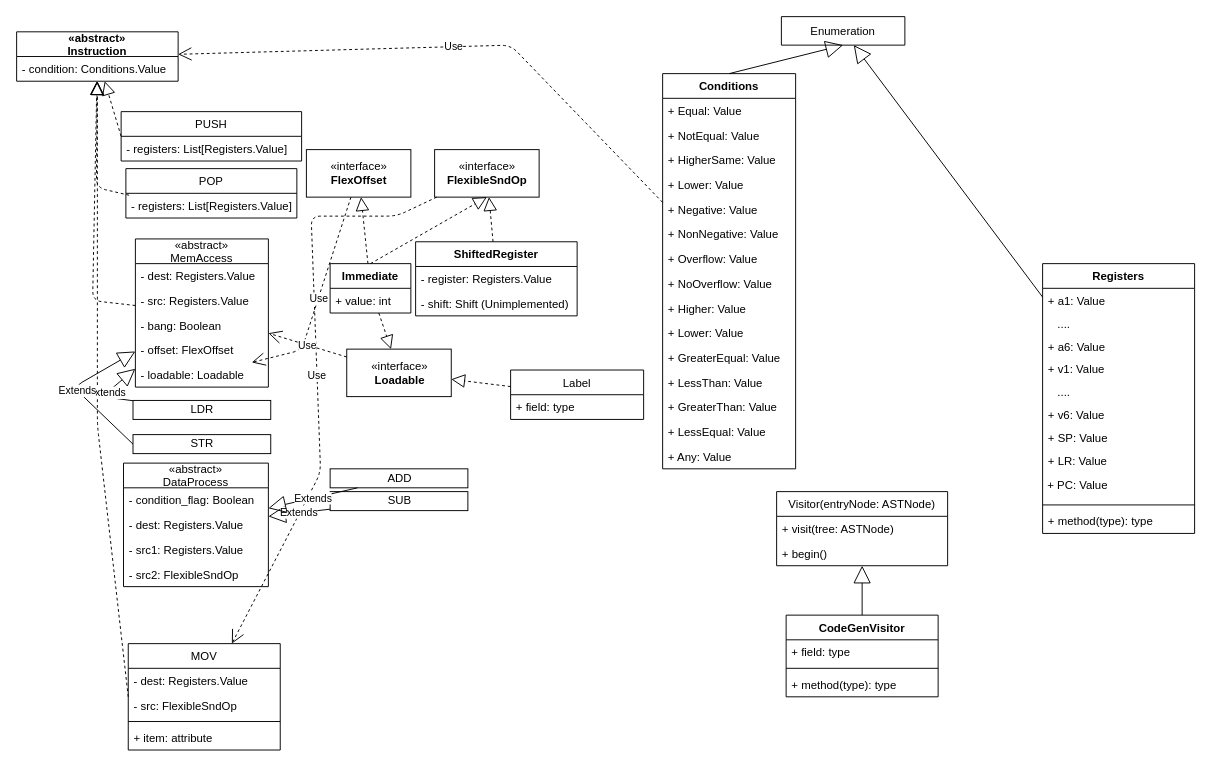
Before: Class_Diagrams/CodeGeneration.drawio in ochaib/while-language-compiler, a draw.io diagram. Source tidied: cells renumbered, new cells numbered last; positions are measured from the earlier drawing's top-left corner, leaving out a move shared by most shapes. Both pictures are drawn from the tidied source at 95%, with x=0, y=0 at pixel (16, 16).
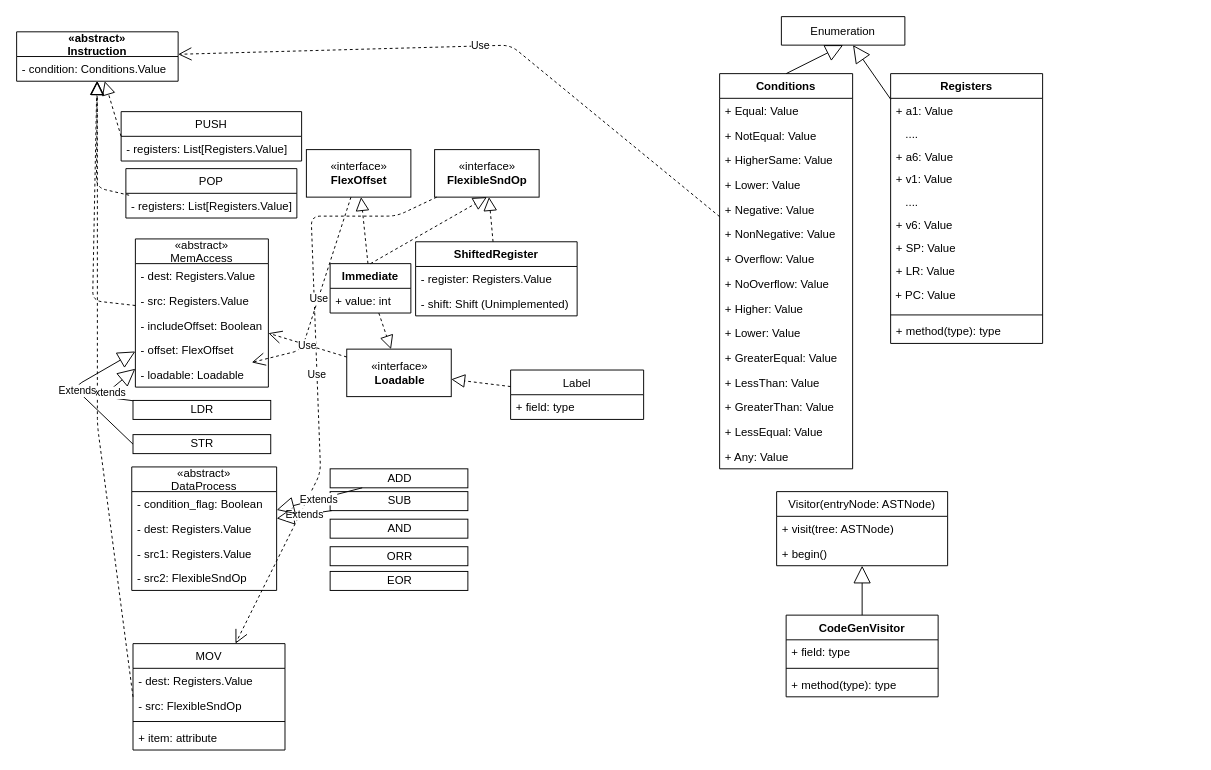
Above is the later version.

Commit message:
added data process implementations

Unchanged cells that the change refers to:
```xml
<mxCell id="65" value="«abstract»&#10;MemAccess" style="swimlane;fontStyle=0;horizontal=1;startSize=26;fillColor=none;" parent="1" vertex="1">
  <mxGeometry x="125" y="234" width="140" height="156" as="geometry" />
</mxCell>
```

The edit, as a diff of the source:
```diff
@@
     <mxCell id="10" value="Registers" style="swimlane;fontStyle=1;align=center;verticalAlign=top;horizontal=1;startSize=26;" parent="1" vertex="1">
-      <mxGeometry x="1080" y="260" width="160" height="284" as="geometry" />
+      <mxGeometry x="920" y="60" width="160" height="284" as="geometry" />
     </mxCell>
@@
     <mxCell id="30" value="MOV" style="swimlane;fontStyle=0;horizontal=1;startSize=26;fillColor=none;" parent="1" vertex="1">
-      <mxGeometry x="117.5" y="660" width="160" height="112" as="geometry" />
+      <mxGeometry x="122.5" y="660" width="160" height="112" as="geometry" />
     </mxCell>
@@
     <mxCell id="37" value="Conditions" style="swimlane;fontStyle=1;horizontal=1;startSize=26;fillColor=none;" parent="1" vertex="1">
-      <mxGeometry x="680" y="60" width="140" height="416" as="geometry" />
+      <mxGeometry x="740" y="60" width="140" height="416" as="geometry" />
     </mxCell>
@@
-    <mxCell id="68" value="- bang: Boolean" style="text;strokeColor=none;fillColor=none;align=left;verticalAlign=top;spacingLeft=4;spacingRight=4;overflow=hidden;" parent="65" vertex="1">
+    <mxCell id="68" value="- includeOffset: Boolean" style="text;strokeColor=none;fillColor=none;align=left;verticalAlign=top;spacingLeft=4;spacingRight=4;overflow=hidden;" parent="65" vertex="1">
       <mxGeometry y="78" width="140" height="26" as="geometry" />
     </mxCell>
@@
     <mxCell id="79" value="«abstract»&#10;DataProcess" style="swimlane;fontStyle=0;horizontal=1;startSize=26;fillColor=none;" parent="1" vertex="1">
-      <mxGeometry x="112.5" y="470" width="152.5" height="130" as="geometry" />
+      <mxGeometry x="121.2" y="474" width="152.5" height="130" as="geometry" />
     </mxCell>
@@
+    <mxCell id="94" value="AND" style="html=1;" parent="1" vertex="1">
+      <mxGeometry x="330" y="529" width="145" height="20" as="geometry" />
+    </mxCell>
+    <mxCell id="95" value="ORR" style="html=1;" parent="1" vertex="1">
+      <mxGeometry x="330" y="558" width="145" height="20" as="geometry" />
+    </mxCell>
+    <mxCell id="96" value="EOR" style="html=1;" parent="1" vertex="1">
+      <mxGeometry x="330" y="584" width="145" height="20" as="geometry" />
+    </mxCell>
```
